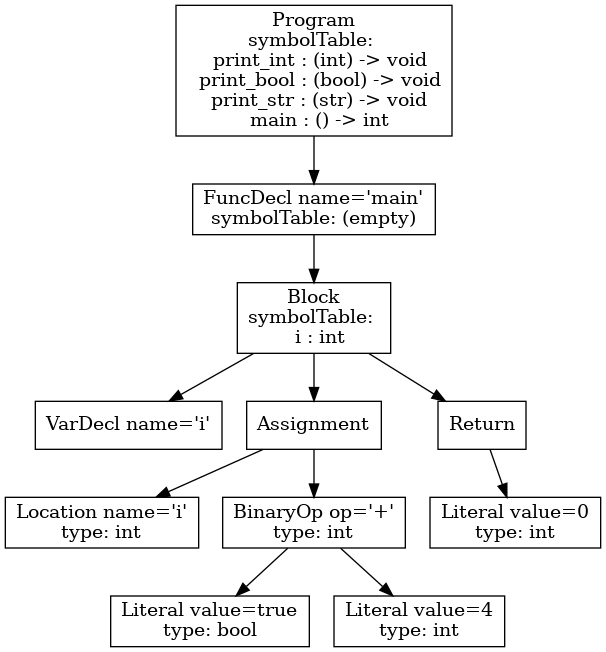
This is tree.png from phamml/p3-analysis, a Graphviz export, as it was before one commit. Its source is kept beside it as tree.dot.
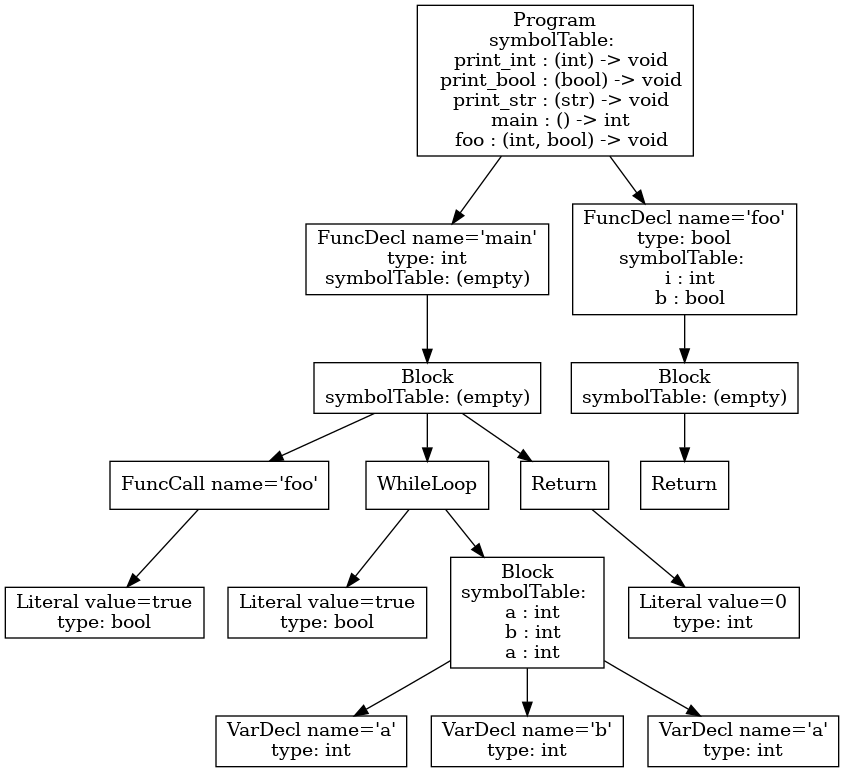
Later version of the same file.

What changed in the source:
```diff
@@ -1,23 +1,33 @@
 digraph AST {
-3 [shape=box, label="VarDecl name='i'"];
-5 [shape=box, label="Location name='i'\ntype: int"];
-7 [shape=box, label="Literal value=true\ntype: bool"];
-8 [shape=box, label="Literal value=4\ntype: int"];
-6 [shape=box, label="BinaryOp op='+'\ntype: int"];
-6 -> 7;
-6 -> 8;
-4 [shape=box, label="Assignment"];
-4 -> 5;
-4 -> 6;
-10 [shape=box, label="Literal value=0\ntype: int"];
-9 [shape=box, label="Return"];
-9 -> 10;
-2 [shape=box, label="Block\nsymbolTable: \n  i : int"];
+4 [shape=box, label="Literal value=true\ntype: bool"];
+3 [shape=box, label="FuncCall name='foo'"];
+3 -> 4;
+6 [shape=box, label="Literal value=true\ntype: bool"];
+8 [shape=box, label="VarDecl name='a'\ntype: int"];
+9 [shape=box, label="VarDecl name='b'\ntype: int"];
+10 [shape=box, label="VarDecl name='a'\ntype: int"];
+7 [shape=box, label="Block\nsymbolTable: \n  a : int\n  b : int\n  a : int"];
+7 -> 8;
+7 -> 9;
+7 -> 10;
+5 [shape=box, label="WhileLoop"];
+5 -> 6;
+5 -> 7;
+12 [shape=box, label="Literal value=0\ntype: int"];
+11 [shape=box, label="Return"];
+11 -> 12;
+2 [shape=box, label="Block\nsymbolTable: (empty)"];
 2 -> 3;
-2 -> 4;
-2 -> 9;
-1 [shape=box, label="FuncDecl name='main'\nsymbolTable: (empty)"];
+2 -> 5;
+2 -> 11;
+1 [shape=box, label="FuncDecl name='main'\ntype: int\nsymbolTable: (empty)"];
 1 -> 2;
-0 [shape=box, label="Program\nsymbolTable: \n  print_int : (int) -> void\n  print_bool : (bool) -> void\n  print_str : (str) -> void\n  main : () -> int"];
+15 [shape=box, label="Return"];
+14 [shape=box, label="Block\nsymbolTable: (empty)"];
+14 -> 15;
+13 [shape=box, label="FuncDecl name='foo'\ntype: bool\nsymbolTable: \n  i : int\n  b : bool"];
+13 -> 14;
+0 [shape=box, label="Program\nsymbolTable: \n  print_int : (int) -> void\n  print_bool : (bool) -> void\n  print_str : (str) -> void\n  main : () -> int\n  foo : (int, bool) -> void"];
 0 -> 1;
+0 -> 13;
 }
```
